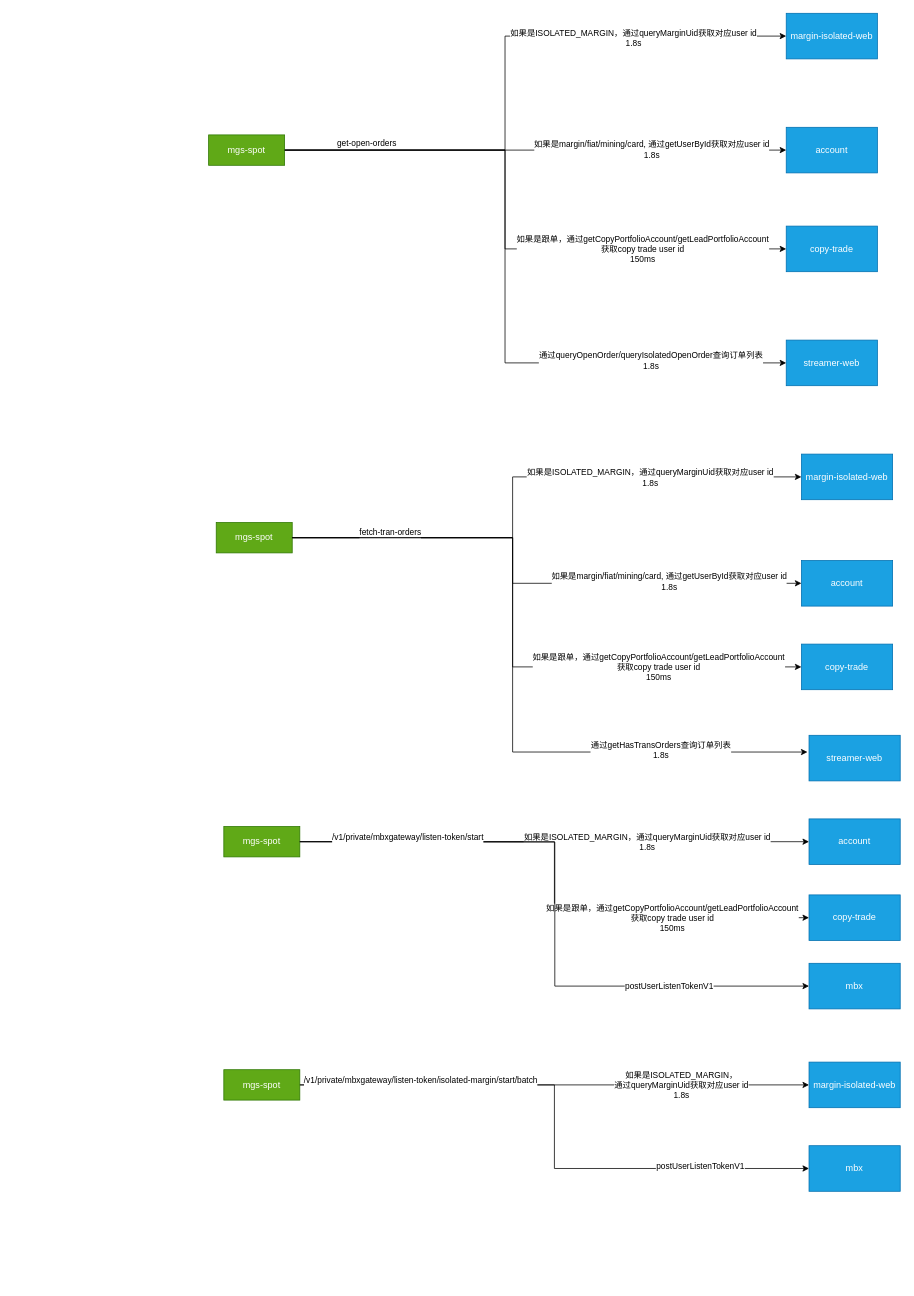
This is risk.drawio from jackjoesh/databend, a draw.io file, before an edit. Source tidied: cells renumbered, new cells numbered last; positions are measured from the earlier drawing's top-left corner, leaving out a move shared by most shapes. Both pictures are drawn from the tidied source at 76%, with x=0, y=0 at pixel (208, 13).
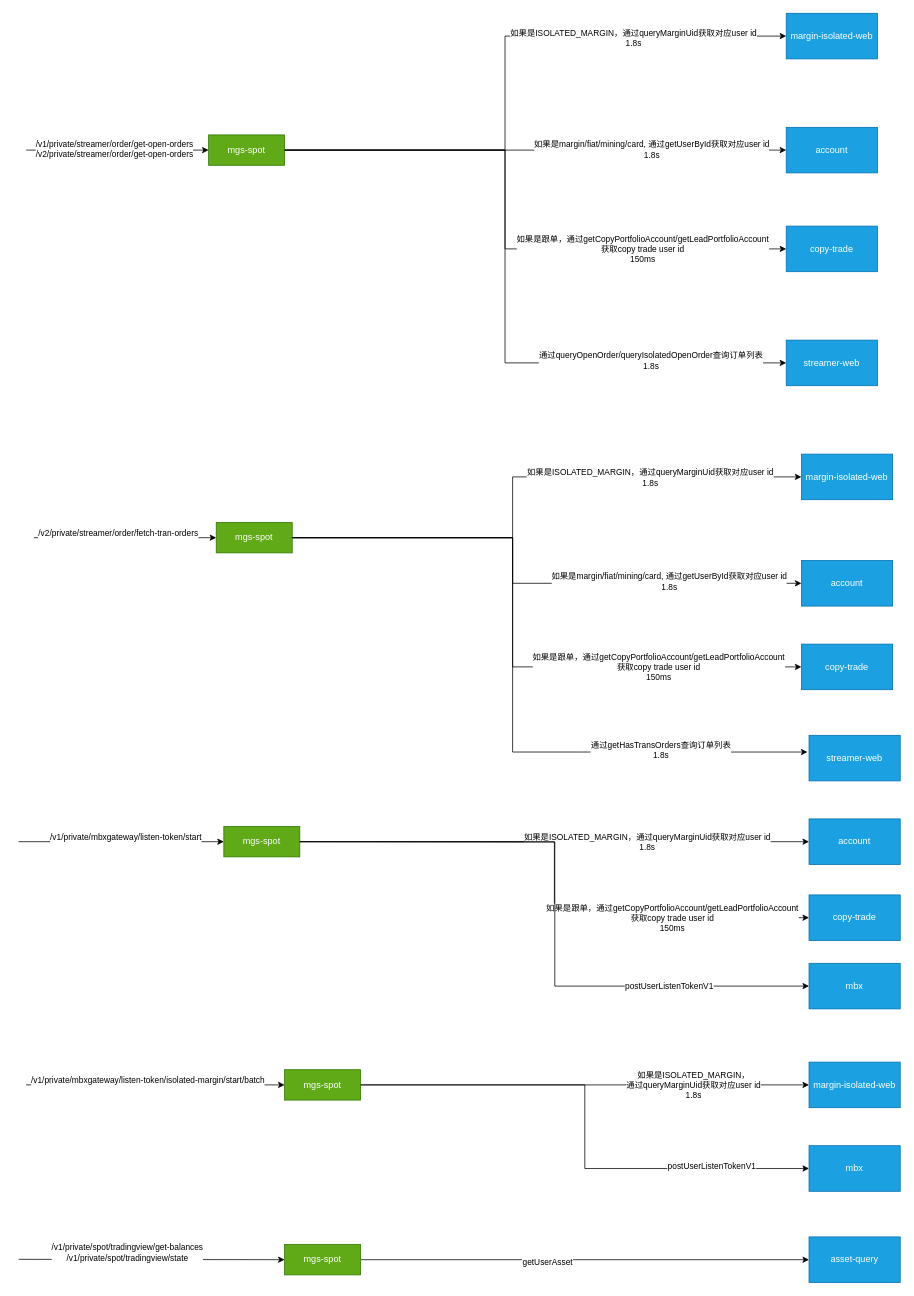
Above is the later version.

The change refers to these unchanged cells:
```xml
<mxCell id="10" value="mgs-spot" style="rounded=0;whiteSpace=wrap;html=1;fillColor=#60a917;fontColor=#ffffff;strokeColor=#2D7600;" parent="1" vertex="1">
  <mxGeometry y="160" width="100" height="40" as="geometry" />
</mxCell>
<mxCell id="11" style="endArrow=classic;html=1;rounded=0;entryX=0;entryY=0.5;entryDx=0;entryDy=0;edgeStyle=orthogonalEdgeStyle;exitX=1;exitY=0.5;exitDx=0;exitDy=0;" parent="1" edge="1" source="10" target="2">
  <mxGeometry relative="1" as="geometry">
    <Array as="points">
      <mxPoint x="390" y="180" />
      <mxPoint x="390" y="460" />
    </Array>
  </mxGeometry>
</mxCell>
<mxCell id="18" value="mgs-spot" style="rounded=0;whiteSpace=wrap;html=1;fillColor=#60a917;fontColor=#ffffff;strokeColor=#2D7600;" parent="1" vertex="1">
  <mxGeometry x="10" y="670" width="100" height="40" as="geometry" />
</mxCell>
<mxCell id="23" style="endArrow=classic;html=1;rounded=0;entryX=0;entryY=0.5;entryDx=0;entryDy=0;edgeStyle=orthogonalEdgeStyle;exitX=1;exitY=0.5;exitDx=0;exitDy=0;" parent="1" edge="1" source="18" target="20">
  <mxGeometry relative="1" as="geometry">
    <Array as="points">
      <mxPoint x="400" y="690" />
      <mxPoint x="400" y="750" />
    </Array>
  </mxGeometry>
</mxCell>
<mxCell id="32" value="mgs-spot" style="rounded=0;whiteSpace=wrap;html=1;fillColor=#60a917;fontColor=#ffffff;strokeColor=#2D7600;" parent="1" vertex="1">
  <mxGeometry x="20" y="1070" width="100" height="40" as="geometry" />
</mxCell>
<mxCell id="40" style="endArrow=classic;html=1;rounded=0;entryX=0;entryY=0.5;entryDx=0;entryDy=0;edgeStyle=orthogonalEdgeStyle;" parent="1" edge="1" target="37">
  <mxGeometry relative="1" as="geometry">
    <mxPoint x="120" y="1090" as="sourcePoint" />
  </mxGeometry>
</mxCell>
<mxCell id="48" style="endArrow=classic;html=1;rounded=0;entryX=0;entryY=0.5;entryDx=0;entryDy=0;edgeStyle=orthogonalEdgeStyle;exitX=1;exitY=0.5;exitDx=0;exitDy=0;" parent="1" edge="1" source="45" target="47">
  <mxGeometry relative="1" as="geometry" />
</mxCell>
```

Change to the diagram source:
```diff
@@
-    <mxCell id="12" value="get-open-orders" style="edgeLabel;html=1;align=center;verticalAlign=middle;" parent="11" vertex="1">
-      <mxGeometry x="-0.76" y="3" relative="1" as="geometry">
-        <mxPoint x="-6" y="-7" as="offset" />
-      </mxGeometry>
-    </mxCell>
@@
-    <mxCell id="24" value="&lt;div&gt;fetch-tran-orders&lt;/div&gt;&lt;div&gt;&lt;br&gt;&lt;/div&gt;" style="edgeLabel;html=1;align=center;verticalAlign=middle;" parent="23" vertex="1">
+    <mxCell id="24" value="&lt;div&gt;&lt;br&gt;&lt;/div&gt;" style="edgeLabel;html=1;align=center;verticalAlign=middle;" parent="23" vertex="1">
       <mxGeometry x="-0.65" y="1" relative="1" as="geometry" />
     </mxCell>
@@
-    <mxCell id="42" value="&lt;div&gt;/v1/private/mbxgateway/listen-token/start&lt;/div&gt;&lt;div&gt;&lt;br&gt;&lt;/div&gt;" style="edgeLabel;html=1;align=center;verticalAlign=middle;" parent="40" vertex="1">
+    <mxCell id="42" value="&lt;div&gt;&lt;br&gt;&lt;/div&gt;" style="edgeLabel;html=1;align=center;verticalAlign=middle;" parent="40" vertex="1">
       <mxGeometry x="-0.83" y="2" relative="1" as="geometry">
         <mxPoint x="68" y="2" as="offset" />
       </mxGeometry>
     </mxCell>
@@
     <mxCell id="45" value="mgs-spot" style="rounded=0;whiteSpace=wrap;html=1;fillColor=#60a917;fontColor=#ffffff;strokeColor=#2D7600;" parent="1" vertex="1">
-      <mxGeometry x="20" y="1390" width="100" height="40" as="geometry" />
+      <mxGeometry x="100" y="1390" width="100" height="40" as="geometry" />
     </mxCell>
@@
-    <mxCell id="50" value="&lt;div&gt;/v1/private/mbxgateway/listen-token/isolated-margin/start/batch&lt;/div&gt;&lt;div&gt;&lt;br&gt;&lt;/div&gt;" style="edgeLabel;html=1;align=center;verticalAlign=middle;" parent="48" vertex="1">
+    <mxCell id="50" value="&lt;div&gt;&lt;br&gt;&lt;/div&gt;" style="edgeLabel;html=1;align=center;verticalAlign=middle;" parent="48" vertex="1">
       <mxGeometry x="-0.83" y="-4" relative="1" as="geometry">
         <mxPoint x="92" y="-4" as="offset" />
       </mxGeometry>
     </mxCell>
+    <mxCell id="51" style="edgeStyle=orthogonalEdgeStyle;rounded=0;jettySize=auto;html=1;exitX=1;exitY=0.5;exitDx=0;exitDy=0;entryX=0;entryY=0.5;entryDx=0;entryDy=0;" parent="1" edge="1" source="53" target="54">
+      <mxGeometry relative="1" as="geometry" />
+    </mxCell>
+    <mxCell id="52" value="getUserAsset" style="edgeLabel;html=1;align=center;verticalAlign=middle;" parent="51" vertex="1">
+      <mxGeometry x="-0.17" y="-3" relative="1" as="geometry" />
+    </mxCell>
+    <mxCell id="53" value="mgs-spot" style="rounded=0;whiteSpace=wrap;html=1;fillColor=#60a917;fontColor=#ffffff;strokeColor=#2D7600;" parent="1" vertex="1">
+      <mxGeometry x="100" y="1620" width="100" height="40" as="geometry" />
+    </mxCell>
+    <mxCell id="54" value="asset-query" style="rounded=0;whiteSpace=wrap;html=1;fillColor=#1ba1e2;fontColor=#ffffff;strokeColor=#006EAF;" parent="1" vertex="1">
+      <mxGeometry x="790" y="1610" width="120" height="60" as="geometry" />
+    </mxCell>
+    <mxCell id="55" style="endArrow=classic;html=1;rounded=0;entryX=0;entryY=0.5;entryDx=0;entryDy=0;" parent="1" edge="1" target="45">
+      <mxGeometry relative="1" as="geometry">
+        <mxPoint x="-240" y="1410" as="sourcePoint" />
+      </mxGeometry>
+    </mxCell>
+    <mxCell id="56" value="&lt;div&gt;/v1/private/mbxgateway/listen-token/isolated-margin/start/batch&lt;/div&gt;&lt;div&gt;&lt;br&gt;&lt;/div&gt;" style="edgeLabel;html=1;align=center;verticalAlign=middle;" parent="55" vertex="1">
+      <mxGeometry x="-0.65" y="-3" relative="1" as="geometry">
+        <mxPoint x="100" y="-3" as="offset" />
+      </mxGeometry>
+    </mxCell>
+    <mxCell id="57" style="endArrow=classic;html=1;rounded=0;entryX=0;entryY=0.5;entryDx=0;entryDy=0;" parent="1" edge="1" target="53">
+      <mxGeometry relative="1" as="geometry">
+        <mxPoint x="-250" y="1639.5" as="sourcePoint" />
+      </mxGeometry>
+    </mxCell>
+    <mxCell id="58" value="/v1/private/spot/tradingview/get-balances&lt;div&gt;/v1/private/spot/tradingview/state&lt;/div&gt;" style="edgeLabel;html=1;align=center;verticalAlign=middle;" parent="57" vertex="1">
+      <mxGeometry x="-0.5" relative="1" as="geometry">
+        <mxPoint x="55" y="-9" as="offset" />
+      </mxGeometry>
+    </mxCell>
+    <mxCell id="59" style="endArrow=classic;html=1;rounded=0;entryX=0;entryY=0.5;entryDx=0;entryDy=0;" parent="1" edge="1" target="32">
+      <mxGeometry relative="1" as="geometry">
+        <mxPoint x="-250" y="1090" as="sourcePoint" />
+      </mxGeometry>
+    </mxCell>
+    <mxCell id="60" value="&lt;div&gt;/v1/private/mbxgateway/listen-token/start&lt;/div&gt;&lt;div&gt;&lt;br&gt;&lt;/div&gt;" style="edgeLabel;html=1;align=center;verticalAlign=middle;" parent="59" vertex="1">
+      <mxGeometry x="-0.37" y="3" relative="1" as="geometry">
+        <mxPoint x="55" y="3" as="offset" />
+      </mxGeometry>
+    </mxCell>
+    <mxCell id="61" style="endArrow=classic;html=1;rounded=0;entryX=0;entryY=0.5;entryDx=0;entryDy=0;" parent="1" edge="1" target="18">
+      <mxGeometry relative="1" as="geometry">
+        <mxPoint x="-230" y="690" as="sourcePoint" />
+      </mxGeometry>
+    </mxCell>
+    <mxCell id="62" value="&lt;div&gt;&lt;div&gt;/v2/private/streamer/order/fetch-tran-orders&lt;/div&gt;&lt;/div&gt;&lt;div&gt;&lt;br&gt;&lt;/div&gt;" style="edgeLabel;html=1;align=center;verticalAlign=middle;" parent="61" vertex="1">
+      <mxGeometry x="-0.18" y="2" relative="1" as="geometry">
+        <mxPoint x="12" y="2" as="offset" />
+      </mxGeometry>
+    </mxCell>
+    <mxCell id="63" style="endArrow=classic;html=1;rounded=0;entryX=0;entryY=0.5;entryDx=0;entryDy=0;" parent="1" edge="1" target="10">
+      <mxGeometry relative="1" as="geometry">
+        <mxPoint x="-240" y="180" as="sourcePoint" />
+      </mxGeometry>
+    </mxCell>
+    <mxCell id="64" value="&lt;div&gt;/v1/private/streamer/order/get-open-orders&lt;/div&gt;&lt;div&gt;/v2/private/streamer/order/get-open-orders&lt;/div&gt;" style="edgeLabel;html=1;align=center;verticalAlign=middle;" parent="63" vertex="1">
+      <mxGeometry x="-0.04" y="2" relative="1" as="geometry" />
+    </mxCell>
```
